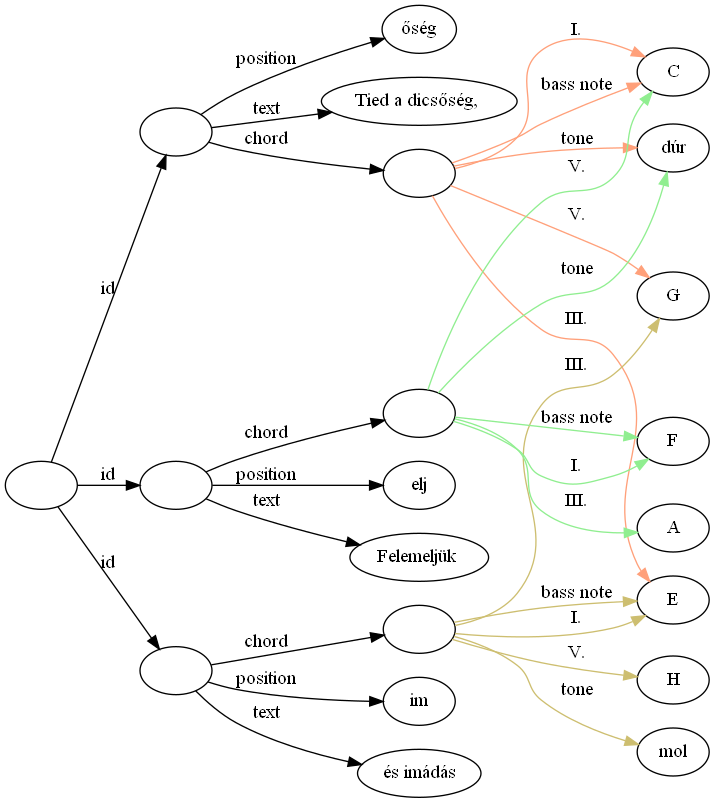
This is szakdolgozat/images/img_src/representation_of_sheet.png from Ancsak01/szakdolgozat, a Graphviz export, as it was before one commit. Its source is kept beside it as szakdolgozat/images/img_src/representation_of_sheet.dot.
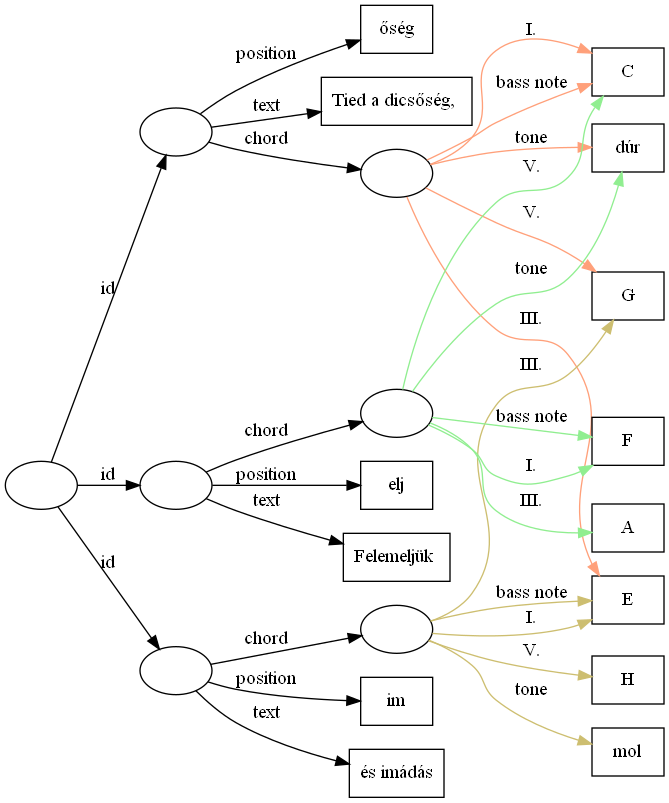
The same file after the commit.

Change to the diagram source:
```diff
@@ -5,13 +5,13 @@
     subgraph segment_0 {
 
         segment_0_ID [label=""]
-        segment_0_Position [label="őség"]
-        segment_0_Text [label="Tied a dicsőség, "]
+        segment_0_Position [label="őség" shape="box"]
+        segment_0_Text [label="Tied a dicsőség, " shape="box"]
         segment_0_Chord [label=""]
-        segment_0_Tone [label="dúr"]
-        segment_0_Deg1 [label="C"]
-        segment_0_Deg3 [label="E"]
-        segment_0_Deg5 [label="G"]
+        segment_0_Tone [label="dúr" shape="box"]
+        segment_0_Deg1 [label="C" shape="box"]
+        segment_0_Deg3 [label="E" shape="box"]
+        segment_0_Deg5 [label="G" shape="box"]
         segment_0_ID -> segment_0_Position [label="position"]
         segment_0_ID -> segment_0_Text [label="text"]
         segment_0_ID -> segment_0_Chord [label="chord"]
@@ -26,11 +26,11 @@
     subgraph segment_1 {
 
         segment_1_ID [label=""]
-        segment_1_Position [label="im"]
-        segment_1_Text [label="és imádás"]
+        segment_1_Position [label="im" shape="box"]
+        segment_1_Text [label="és imádás" shape="box"]
         segment_1_Chord [label=""]
-        segment_1_Tone [label="mol"]
-        segment_1_Deg5 [label="H"]
+        segment_1_Tone [label="mol" shape="box"]
+        segment_1_Deg5 [label="H" shape="box"]
         segment_1_ID -> segment_1_Position [label="position"]
         segment_1_ID -> segment_1_Text [label="text"]
         segment_1_ID -> segment_1_Chord [label="chord"]
@@ -45,11 +45,11 @@
     subgraph segment_2 {
 
         segment_2_ID [label=""]
-        segment_2_Position [label="elj"]
-        segment_2_Text [label="Felemeljük "]
+        segment_2_Position [label="elj" shape="box"]
+        segment_2_Text [label="Felemeljük " shape="box"]
         segment_2_Chord [label=""]
-        segment_2_Deg1 [label="F"]
-        segment_2_Deg3 [label="A"]
+        segment_2_Deg1 [label="F" shape="box"]
+        segment_2_Deg3 [label="A" shape="box"]
         segment_2_ID -> segment_2_Position [label="position"]
         segment_2_ID -> segment_2_Text [label="text"]
         segment_2_ID -> segment_2_Chord [label="chord"]
```
